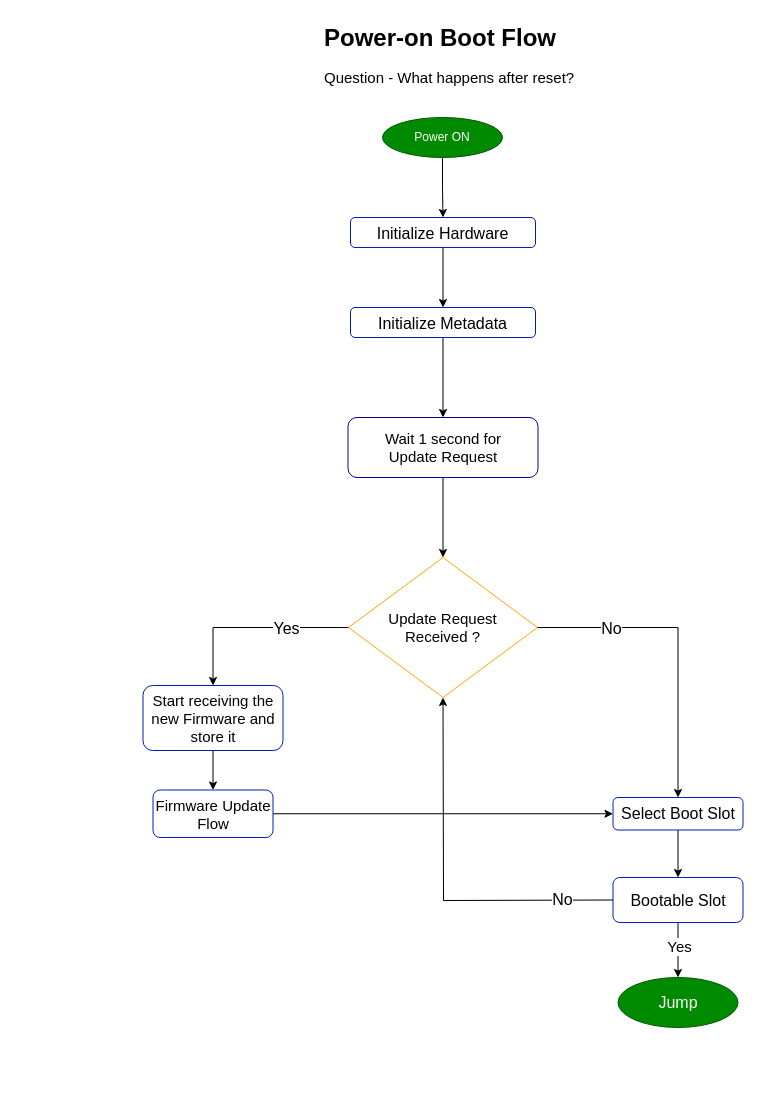
The draw.io diagram page "01 - Power-on Boot Flow" (2 of 9) of Bootloader/17_HexBoot_F0_Failsafe_Dualslot_IAP/docs/HEXBOOT_F0_Architecture.drawio in brajogopal/stm32-baremetal-drivers, before the edit. Source tidied: cells renumbered, new cells numbered last; positions are measured from the earlier drawing's top-left corner, leaving out a move shared by most shapes. Both pictures are drawn from the tidied source at 100%, with x=0, y=0 at pixel (143, 17).
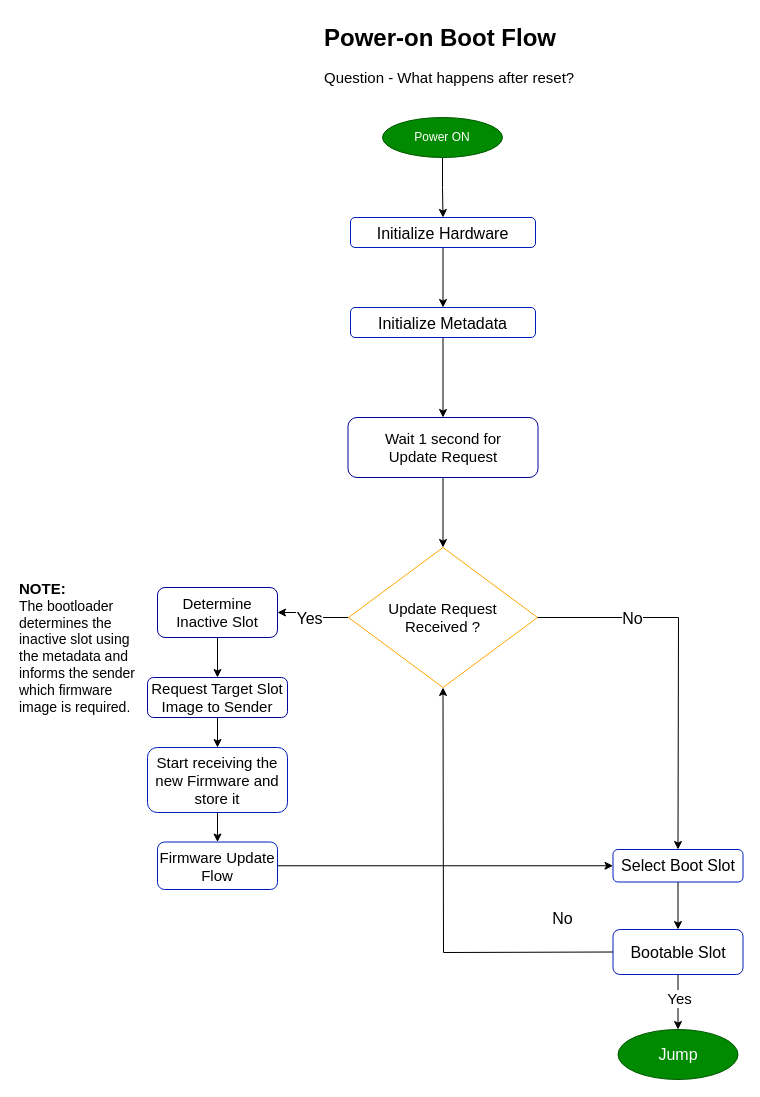
The same diagram, later.

What changed in the source:
```diff
@@
-    <mxCell id="5" style="edgeStyle=orthogonalEdgeStyle;rounded=0;jettySize=auto;html=1;exitX=0;exitY=0.5;exitDx=0;exitDy=0;fontFamily=Helvetica;fontSize=12;fontColor=default;entryX=0.5;entryY=0;entryDx=0;entryDy=0;" parent="1" edge="1" source="7" target="9">
+    <mxCell id="5" style="edgeStyle=orthogonalEdgeStyle;rounded=0;jettySize=auto;html=1;exitX=0;exitY=0.5;exitDx=0;exitDy=0;fontFamily=Helvetica;fontSize=12;fontColor=default;entryX=1;entryY=0.5;entryDx=0;entryDy=0;" parent="1" edge="1" source="7" target="32">
       <mxGeometry relative="1" as="geometry" />
     </mxCell>
     <mxCell id="6" value="&lt;font style=&quot;font-size: 16px;&quot;&gt;Yes&lt;/font&gt;" style="edgeLabel;html=1;align=center;verticalAlign=middle;" parent="5" vertex="1">
       <mxGeometry x="-0.15" y="4" relative="1" as="geometry">
-        <mxPoint x="19" y="-4" as="offset" />
+        <mxPoint x="-8" y="-4" as="offset" />
       </mxGeometry>
     </mxCell>
     <mxCell id="7" value="&lt;div style=&quot;&quot;&gt;&lt;span style=&quot;color: light-dark(rgb(0, 0, 0), rgb(237, 237, 237)); background-color: transparent;&quot;&gt;Update Request &lt;br&gt;Received ?&lt;/span&gt;&lt;/div&gt;" style="rhombus;whiteSpace=wrap;html=1;rounded=0;align=center;verticalAlign=middle;fontFamily=Helvetica;fontSize=15;fontColor=#ffffff;fillColor=none;strokeColor=#FFA500;" parent="1" vertex="1">
-      <mxGeometry x="205" y="540" width="189" height="140" as="geometry" />
+      <mxGeometry x="205" y="530" width="189" height="140" as="geometry" />
     </mxCell>
@@
     <mxCell id="9" value="&lt;font style=&quot;color: rgb(0, 0, 0); font-size: 15px;&quot;&gt;&lt;font style=&quot;&quot;&gt;Star&lt;/font&gt;t receiving the new Firmware and store it&lt;/font&gt;" style="rounded=1;whiteSpace=wrap;html=1;align=center;verticalAlign=top;fontFamily=Helvetica;fontSize=12;fontColor=#ffffff;fillColor=none;strokeColor=#001DBC;" parent="1" vertex="1">
-      <mxGeometry x="-0.5" y="668" width="140" height="65" as="geometry" />
+      <mxGeometry x="4" y="730" width="140" height="65" as="geometry" />
     </mxCell>
@@
     <mxCell id="11" value="&lt;font style=&quot;font-size: 16px; color: rgb(0, 0, 0);&quot;&gt;Select Boot Slot&lt;/font&gt;" style="rounded=1;whiteSpace=wrap;html=1;align=center;verticalAlign=top;fontFamily=Helvetica;fontSize=12;fontColor=#ffffff;fillColor=none;strokeColor=#001DBC;" parent="1" vertex="1">
-      <mxGeometry x="469.5" y="780" width="130" height="32.5" as="geometry" />
+      <mxGeometry x="469.5" y="832" width="130" height="32.5" as="geometry" />
     </mxCell>
@@
     <mxCell id="13" value="&lt;font style=&quot;color: rgb(0, 0, 0); font-size: 15px;&quot;&gt;Firmware Update Flow&lt;/font&gt;" style="rounded=1;whiteSpace=wrap;html=1;align=center;verticalAlign=top;fontFamily=Helvetica;fontSize=12;fontColor=#ffffff;fillColor=none;strokeColor=#001DBC;" parent="1" vertex="1">
-      <mxGeometry x="9.5" y="772.5" width="120" height="47.5" as="geometry" />
+      <mxGeometry x="14" y="824.5" width="120" height="47.5" as="geometry" />
     </mxCell>
@@
     <mxCell id="16" value="&lt;font style=&quot;color: rgb(255, 255, 255); font-size: 16px;&quot;&gt;&lt;font style=&quot;color: rgb(255, 255, 255);&quot;&gt;J&lt;/font&gt;&lt;font style=&quot;color: rgb(255, 255, 255);&quot;&gt;ump&lt;/font&gt;&lt;/font&gt;" style="ellipse;whiteSpace=wrap;html=1;fillColor=#008a00;fontColor=#ffffff;strokeColor=#005700;" parent="1" vertex="1">
-      <mxGeometry x="474.5" y="960" width="120" height="50" as="geometry" />
+      <mxGeometry x="474.5" y="1012" width="120" height="50" as="geometry" />
     </mxCell>
     <mxCell id="17" style="endArrow=classic;html=1;rounded=0;entryX=0.5;entryY=0;entryDx=0;entryDy=0;exitX=1;exitY=0.5;exitDx=0;exitDy=0;" parent="1" edge="1" source="7" target="11">
       <mxGeometry relative="1" as="geometry">
         <Array as="points">
-          <mxPoint x="534.5" y="610" />
+          <mxPoint x="535" y="600" />
         </Array>
       </mxGeometry>
     </mxCell>
@@
     <mxCell id="23" value="&lt;font style=&quot;font-size: 16px;&quot;&gt;Bootable Slot&lt;/font&gt;" style="rounded=1;whiteSpace=wrap;html=1;fillColor=none;fontColor=#000000;strokeColor=#001DBC;" parent="1" vertex="1">
-      <mxGeometry x="469.5" y="860" width="130" height="45" as="geometry" />
+      <mxGeometry x="469.5" y="912" width="130" height="45" as="geometry" />
     </mxCell>
     <mxCell id="24" style="endArrow=classic;html=1;rounded=0;exitX=0;exitY=0.5;exitDx=0;exitDy=0;entryX=0.5;entryY=1;entryDx=0;entryDy=0;" parent="1" edge="1" source="23" target="7">
       <mxGeometry relative="1" as="geometry">
         <Array as="points">
-          <mxPoint x="300" y="883" />
+          <mxPoint x="300" y="935" />
         </Array>
       </mxGeometry>
     </mxCell>
@@
+    <mxCell id="29" style="edgeStyle=orthogonalEdgeStyle;rounded=0;jettySize=auto;html=1;exitX=0.5;exitY=1;exitDx=0;exitDy=0;entryX=0.5;entryY=0;entryDx=0;entryDy=0;" parent="1" edge="1" source="30" target="9">
+      <mxGeometry relative="1" as="geometry" />
+    </mxCell>
+    <mxCell id="30" value="&lt;font style=&quot;font-size: 15px;&quot;&gt;Request Target Slot Image to Sender&lt;/font&gt;" style="rounded=1;whiteSpace=wrap;html=1;strokeColor=#000099;" parent="1" vertex="1">
+      <mxGeometry x="4" y="660" width="140" height="40" as="geometry" />
+    </mxCell>
+    <mxCell id="31" style="edgeStyle=orthogonalEdgeStyle;rounded=0;jettySize=auto;html=1;" parent="1" edge="1" source="32" target="30">
+      <mxGeometry relative="1" as="geometry" />
+    </mxCell>
+    <mxCell id="32" value="&lt;font style=&quot;font-size: 15px;&quot;&gt;Determine Inactive Slot&lt;/font&gt;" style="rounded=1;whiteSpace=wrap;html=1;strokeColor=#000099;" parent="1" vertex="1">
+      <mxGeometry x="14" y="570" width="120" height="50" as="geometry" />
+    </mxCell>
+    <mxCell id="33" value="&lt;div&gt;&lt;b&gt;&lt;font style=&quot;font-size: 15px;&quot;&gt;NOTE:&lt;/font&gt;&lt;/b&gt;&lt;/div&gt;&lt;div&gt;&lt;font style=&quot;font-size: 14px;&quot;&gt;The bootloader determines the inactive slot&amp;nbsp;&lt;span style=&quot;background-color: transparent; color: light-dark(rgb(0, 0, 0), rgb(255, 255, 255));&quot;&gt;using the metadata and informs the sender&lt;/span&gt;&lt;/font&gt;&lt;/div&gt;&lt;div&gt;&lt;font style=&quot;font-size: 14px;&quot;&gt;which firmware image is required.&lt;/font&gt;&lt;/div&gt;" style="text;html=1;whiteSpace=wrap;strokeColor=none;fillColor=none;align=left;verticalAlign=middle;rounded=0;" parent="1" vertex="1">
+      <mxGeometry x="-126" y="570" width="130" height="120" as="geometry" />
+    </mxCell>
```
